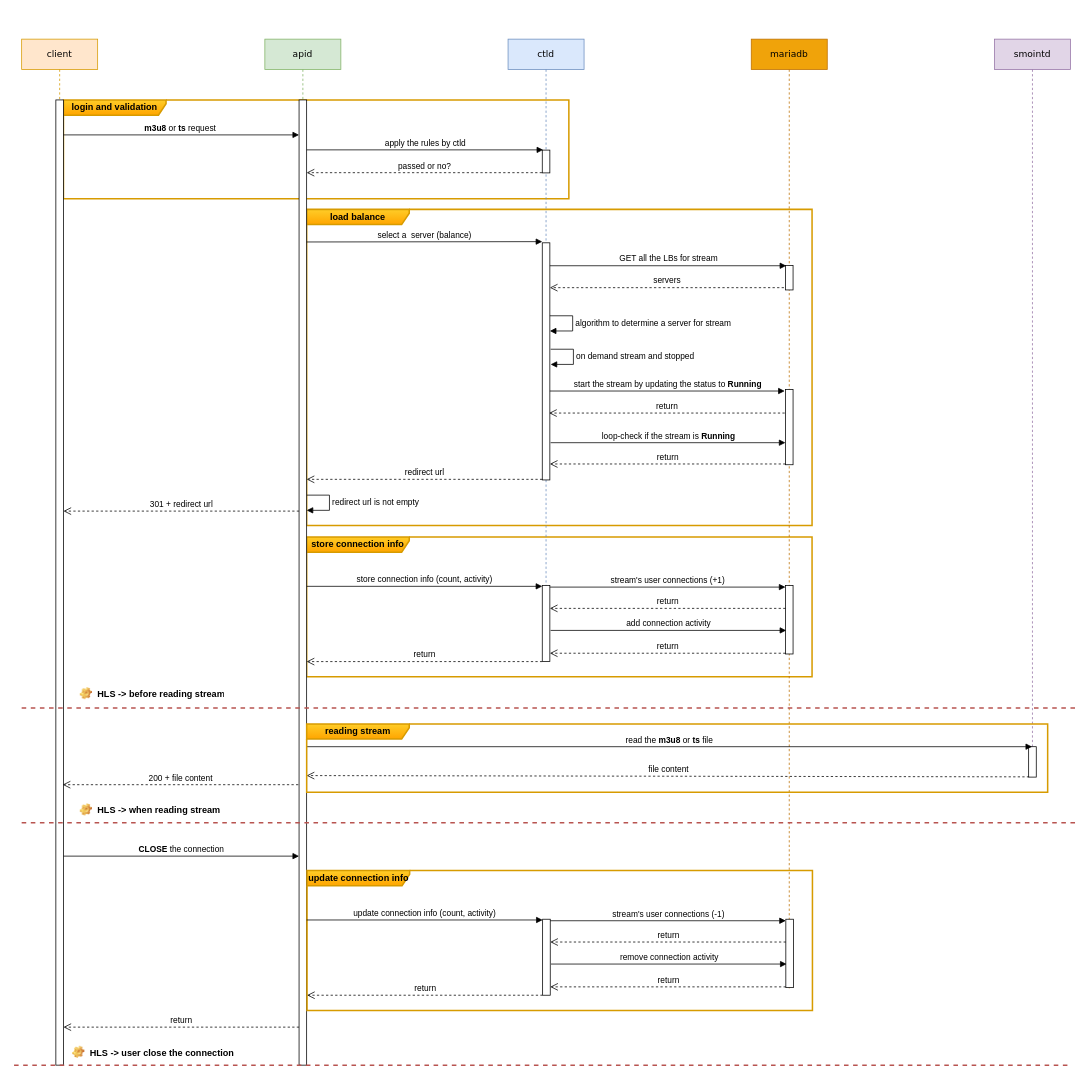
This is page "apid-hls" (1 of 3) of media-core/apid.drawio from explorer2036/charts, a draw.io file, before an edit. Source tidied: cells renumbered, new cells numbered last; positions are measured from the earlier drawing's top-left corner, leaving out a move shared by most shapes. Both pictures are drawn from the tidied source at 76%, with x=0, y=0 at pixel (14, 39).
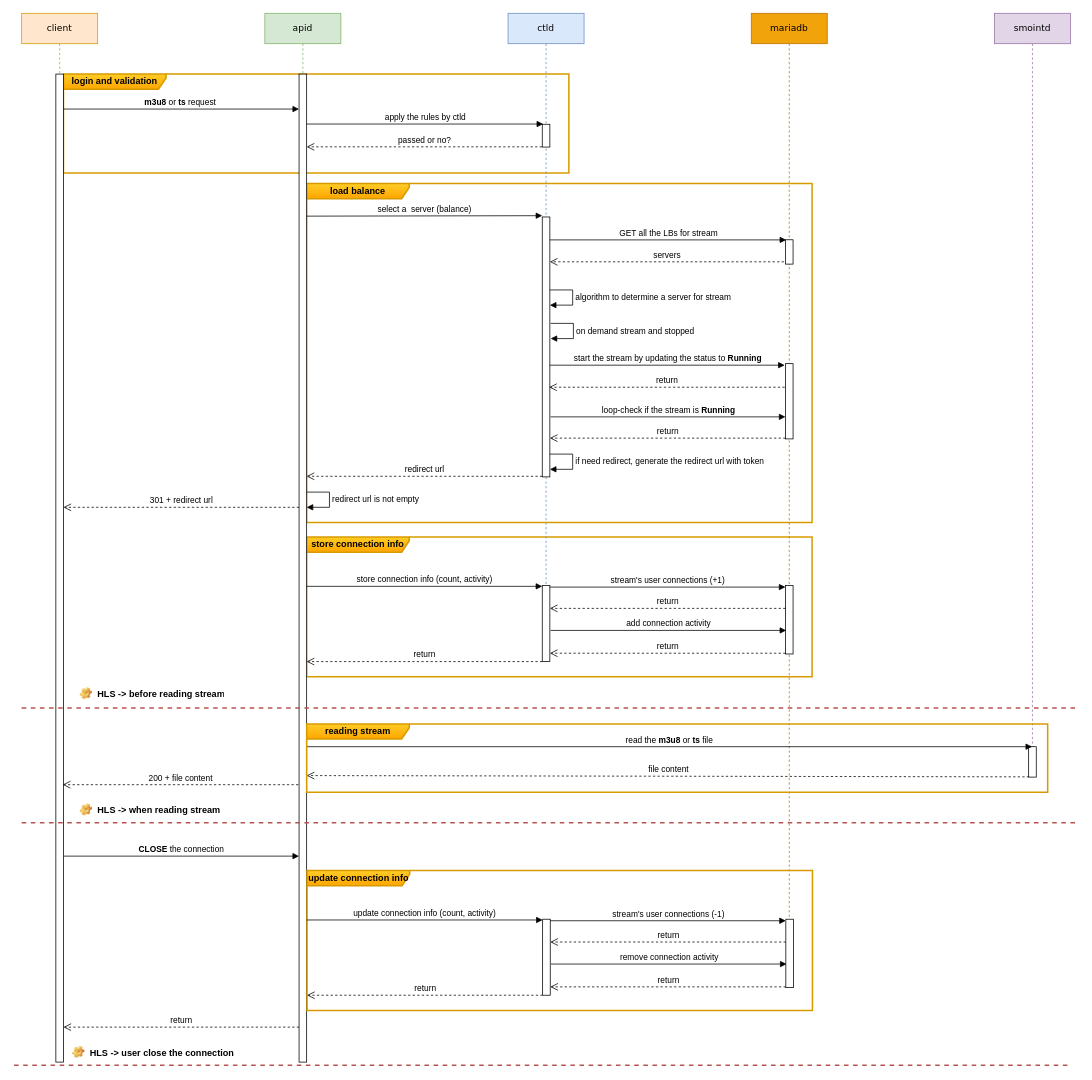
The same page after the edit.

Unchanged cells that the change refers to:
```xml
<mxCell id="11" style="html=1;points=[];perimeter=orthogonalPerimeter;rounded=0;shadow=0;glass=0;sketch=0;strokeColor=default;" parent="10" vertex="1">
  <mxGeometry x="45" y="146" width="10" height="30" as="geometry" />
</mxCell>
<mxCell id="20" style="html=1;points=[];perimeter=orthogonalPerimeter;rounded=0;shadow=0;glass=0;sketch=0;strokeColor=default;" parent="17" vertex="1">
  <mxGeometry x="45" y="461" width="10" height="99" as="geometry" />
</mxCell>
```

The edit, as a diff of the source:
```diff
@@
     <mxCell id="2" value="load balance" style="shape=umlFrame;whiteSpace=wrap;html=1;width=135;height=20;strokeWidth=2;fillColor=#ffcd28;strokeColor=#d79b00;perimeterSpacing=1;gradientColor=#ffa500;fontStyle=1;" parent="1" vertex="1">
-      <mxGeometry x="385" y="224" width="665" height="416" as="geometry" />
+      <mxGeometry x="385" y="190" width="665" height="446" as="geometry" />
     </mxCell>
@@
     <mxCell id="5" value="login and validation" style="shape=umlFrame;whiteSpace=wrap;html=1;width=135;height=20;strokeWidth=2;fillColor=#ffcd28;strokeColor=#d79b00;perimeterSpacing=1;gradientColor=#ffa500;fontStyle=1;" parent="1" vertex="1">
-      <mxGeometry x="65" y="80" width="665" height="130" as="geometry" />
+      <mxGeometry x="65" y="46" width="665" height="130" as="geometry" />
     </mxCell>
     <mxCell id="6" value="apid" style="shape=umlLifeline;perimeter=lifelinePerimeter;whiteSpace=wrap;html=1;rounded=0;shadow=0;comic=0;labelBackgroundColor=none;strokeWidth=1;fontFamily=Verdana;fontSize=12;align=center;fillColor=#d5e8d4;strokeColor=#82b366;" parent="1" vertex="1">
-      <mxGeometry x="330" width="100" height="1350" as="geometry" />
+      <mxGeometry x="330" y="-34" width="100" height="1380" as="geometry" />
     </mxCell>
     <mxCell id="7" value="redirect url is not empty" style="edgeStyle=orthogonalEdgeStyle;html=1;align=left;spacingLeft=2;endArrow=block;rounded=0;" parent="6" edge="1">
       <mxGeometry relative="1" as="geometry">
-        <mxPoint x="55" y="600" as="sourcePoint" />
-        <mxPoint x="55" y="620" as="targetPoint" />
+        <mxPoint x="55" y="630" as="sourcePoint" />
+        <mxPoint x="55" y="650" as="targetPoint" />
         <Array as="points">
-          <mxPoint x="85" y="600" />
-          <mxPoint x="85" y="620" />
+          <mxPoint x="85" y="630" />
+          <mxPoint x="85" y="650" />
         </Array>
       </mxGeometry>
     </mxCell>
     <mxCell id="8" style="html=1;perimeter=orthogonalPerimeter;rounded=0;shadow=0;glass=0;sketch=0;" parent="6" vertex="1">
-      <mxGeometry x="45" y="80" width="10" height="1270" as="geometry" />
+      <mxGeometry x="45" y="80" width="10" height="1300" as="geometry" />
     </mxCell>
     <mxCell id="9" value="return" style="html=1;verticalAlign=bottom;endArrow=open;dashed=1;endSize=8;rounded=0;" parent="6" edge="1">
       <mxGeometry relative="1" as="geometry">
-        <mxPoint x="365" y="819" as="sourcePoint" />
-        <mxPoint x="55" y="819" as="targetPoint" />
+        <mxPoint x="365" y="853" as="sourcePoint" />
+        <mxPoint x="55" y="853" as="targetPoint" />
       </mxGeometry>
     </mxCell>
     <mxCell id="10" value="ctld" style="shape=umlLifeline;perimeter=lifelinePerimeter;whiteSpace=wrap;html=1;rounded=0;shadow=0;comic=0;labelBackgroundColor=none;strokeWidth=1;fontFamily=Verdana;fontSize=12;align=center;fillColor=#dae8fc;strokeColor=#6c8ebf;" parent="1" vertex="1">
-      <mxGeometry x="650" width="100" height="820" as="geometry" />
+      <mxGeometry x="650" y="-34" width="100" height="820" as="geometry" />
     </mxCell>
@@
     <mxCell id="12" style="html=1;points=[];perimeter=orthogonalPerimeter;rounded=0;shadow=0;glass=0;sketch=0;strokeColor=default;" parent="10" vertex="1">
-      <mxGeometry x="45" y="268" width="10" height="312" as="geometry" />
+      <mxGeometry x="45" y="268" width="10" height="342" as="geometry" />
     </mxCell>
     <mxCell id="13" style="html=1;perimeter=orthogonalPerimeter;rounded=0;shadow=0;glass=0;sketch=0;strokeColor=default;" parent="10" vertex="1">
-      <mxGeometry x="45" y="719" width="10" height="100" as="geometry" />
+      <mxGeometry x="45" y="753" width="10" height="100" as="geometry" />
     </mxCell>
@@
+    <mxCell id="61" value="if need redirect, generate the redirect url with token" style="edgeStyle=orthogonalEdgeStyle;html=1;align=left;spacingLeft=2;endArrow=block;rounded=0;" parent="10" edge="1">
+      <mxGeometry relative="1" as="geometry">
+        <mxPoint x="55" y="580" as="sourcePoint" />
+        <mxPoint x="55" y="600" as="targetPoint" />
+        <Array as="points">
+          <mxPoint x="85" y="580" />
+          <mxPoint x="85" y="600" />
+        </Array>
+      </mxGeometry>
+    </mxCell>
     <mxCell id="15" value="client" style="shape=umlLifeline;perimeter=lifelinePerimeter;whiteSpace=wrap;html=1;rounded=0;shadow=0;comic=0;labelBackgroundColor=none;strokeWidth=1;fontFamily=Verdana;fontSize=12;align=center;fillColor=#ffe6cc;strokeColor=#d79b00;" parent="1" vertex="1">
-      <mxGeometry x="10" width="100" height="1350" as="geometry" />
+      <mxGeometry x="10" y="-34" width="100" height="1380" as="geometry" />
     </mxCell>
     <mxCell id="16" style="html=1;points=[];perimeter=orthogonalPerimeter;rounded=0;shadow=0;glass=0;sketch=0;strokeColor=default;" parent="15" vertex="1">
-      <mxGeometry x="45" y="80" width="10" height="1270" as="geometry" />
+      <mxGeometry x="45" y="80" width="10" height="1300" as="geometry" />
     </mxCell>
     <mxCell id="17" value="mariadb" style="shape=umlLifeline;perimeter=lifelinePerimeter;whiteSpace=wrap;html=1;rounded=0;shadow=0;comic=0;labelBackgroundColor=none;strokeWidth=1;fontFamily=Verdana;fontSize=12;align=center;fillColor=#f0a30a;strokeColor=#BD7000;glass=0;fontColor=#000000;" parent="1" vertex="1">
-      <mxGeometry x="970" width="100" height="1250" as="geometry" />
+      <mxGeometry x="970" y="-34" width="100" height="1280" as="geometry" />
     </mxCell>
@@
     <mxCell id="19" style="html=1;perimeter=orthogonalPerimeter;rounded=0;shadow=0;glass=0;sketch=0;strokeColor=default;" parent="17" vertex="1">
-      <mxGeometry x="45" y="719" width="10" height="90" as="geometry" />
+      <mxGeometry x="45" y="753" width="10" height="90" as="geometry" />
     </mxCell>
@@
     <mxCell id="21" value="&lt;b&gt;m3u8 &lt;/b&gt;or&lt;b&gt; ts&amp;nbsp;&lt;/b&gt;request&amp;nbsp;" style="html=1;verticalAlign=bottom;endArrow=block;entryX=0;entryY=0;rounded=0;" parent="1" edge="1" source="16">
       <mxGeometry relative="1" as="geometry">
-        <mxPoint x="375" y="126" as="targetPoint" />
+        <mxPoint x="375" y="92" as="targetPoint" />
       </mxGeometry>
     </mxCell>
     <mxCell id="22" value="301 + redirect url" style="html=1;verticalAlign=bottom;endArrow=open;dashed=1;endSize=8;rounded=0;" parent="1" edge="1">
       <mxGeometry relative="1" as="geometry">
-        <mxPoint x="375" y="621" as="sourcePoint" />
-        <mxPoint x="65" y="621" as="targetPoint" />
+        <mxPoint x="375" y="616" as="sourcePoint" />
+        <mxPoint x="65" y="616" as="targetPoint" />
       </mxGeometry>
     </mxCell>
     <mxCell id="23" value="apply the rules by ctld" style="html=1;verticalAlign=bottom;endArrow=block;rounded=0;entryX=0.12;entryY=-0.01;entryDx=0;entryDy=0;entryPerimeter=0;" parent="1" edge="1" target="11">
       <mxGeometry relative="1" as="geometry">
-        <mxPoint x="385" y="145.7" as="sourcePoint" />
+        <mxPoint x="385" y="111.7" as="sourcePoint" />
       </mxGeometry>
     </mxCell>
     <mxCell id="24" value="passed or no?" style="html=1;verticalAlign=bottom;endArrow=open;dashed=1;endSize=8;rounded=0;exitX=-0.04;exitY=0.99;exitDx=0;exitDy=0;exitPerimeter=0;" parent="1" edge="1" source="11">
       <mxGeometry relative="1" as="geometry">
-        <mxPoint x="385" y="175.7" as="targetPoint" />
+        <mxPoint x="385" y="141.7" as="targetPoint" />
       </mxGeometry>
     </mxCell>
     <mxCell id="25" value="select a&amp;nbsp; server (balance)" style="html=1;verticalAlign=bottom;endArrow=block;rounded=0;entryX=0;entryY=-0.005;entryDx=0;entryDy=0;entryPerimeter=0;" parent="1" edge="1" target="12">
       <mxGeometry relative="1" as="geometry">
-        <mxPoint x="385" y="266.9" as="sourcePoint" />
+        <mxPoint x="385" y="232.9" as="sourcePoint" />
       </mxGeometry>
     </mxCell>
     <mxCell id="26" value="redirect url" style="html=1;verticalAlign=bottom;endArrow=open;dashed=1;endSize=8;rounded=0;" parent="1" edge="1">
       <mxGeometry relative="1" as="geometry">
-        <mxPoint x="695" y="579.2" as="sourcePoint" />
-        <mxPoint x="385" y="579.2" as="targetPoint" />
+        <mxPoint x="695" y="575.2" as="sourcePoint" />
+        <mxPoint x="385" y="575.2" as="targetPoint" />
       </mxGeometry>
     </mxCell>
@@
     <mxCell id="29" value="servers" style="html=1;verticalAlign=bottom;endArrow=open;dashed=1;endSize=8;rounded=0;exitX=-0.2;exitY=0.121;exitDx=0;exitDy=0;exitPerimeter=0;" parent="1" edge="1">
       <mxGeometry relative="1" as="geometry">
-        <mxPoint x="1013" y="327" as="sourcePoint" />
-        <mxPoint x="705" y="327" as="targetPoint" />
+        <mxPoint x="1013" y="293" as="sourcePoint" />
+        <mxPoint x="705" y="293" as="targetPoint" />
       </mxGeometry>
     </mxCell>
@@
     <mxCell id="34" value="on demand stream and stopped" style="edgeStyle=orthogonalEdgeStyle;html=1;align=left;spacingLeft=2;endArrow=block;rounded=0;" parent="1" edge="1">
       <mxGeometry relative="1" as="geometry">
-        <mxPoint x="706" y="408" as="sourcePoint" />
-        <mxPoint x="706" y="428" as="targetPoint" />
+        <mxPoint x="706" y="374" as="sourcePoint" />
+        <mxPoint x="706" y="394" as="targetPoint" />
         <Array as="points">
-          <mxPoint x="736" y="408" />
-          <mxPoint x="736" y="428" />
+          <mxPoint x="736" y="374" />
+          <mxPoint x="736" y="394" />
         </Array>
       </mxGeometry>
     </mxCell>
     <mxCell id="35" value="return" style="html=1;verticalAlign=bottom;endArrow=open;dashed=1;endSize=8;rounded=0;" parent="1" edge="1">
       <mxGeometry relative="1" as="geometry">
-        <mxPoint x="1014" y="492" as="sourcePoint" />
-        <mxPoint x="704" y="492" as="targetPoint" />
+        <mxPoint x="1014" y="458" as="sourcePoint" />
+        <mxPoint x="704" y="458" as="targetPoint" />
       </mxGeometry>
     </mxCell>
     <mxCell id="36" value="loop-check if the stream is &lt;b&gt;Running&lt;/b&gt;" style="html=1;verticalAlign=bottom;endArrow=block;rounded=0;" parent="1" edge="1" target="20">
       <mxGeometry relative="1" as="geometry">
-        <mxPoint x="706" y="531" as="sourcePoint" />
+        <mxPoint x="706" y="497" as="sourcePoint" />
       </mxGeometry>
     </mxCell>
     <mxCell id="37" value="start the stream by updating the status to &lt;b&gt;Running&lt;/b&gt;" style="html=1;verticalAlign=bottom;endArrow=block;rounded=0;entryX=0;entryY=0.515;entryDx=0;entryDy=0;entryPerimeter=0;" parent="1" edge="1">
       <mxGeometry relative="1" as="geometry">
-        <mxPoint x="705" y="463" as="sourcePoint" />
-        <mxPoint x="1014" y="463" as="targetPoint" />
+        <mxPoint x="705" y="429" as="sourcePoint" />
+        <mxPoint x="1014" y="429" as="targetPoint" />
       </mxGeometry>
     </mxCell>
     <mxCell id="38" value="return" style="html=1;verticalAlign=bottom;endArrow=open;dashed=1;endSize=8;rounded=0;" parent="1" edge="1">
       <mxGeometry relative="1" as="geometry">
-        <mxPoint x="1015" y="559" as="sourcePoint" />
-        <mxPoint x="705" y="559" as="targetPoint" />
+        <mxPoint x="1015" y="525" as="sourcePoint" />
+        <mxPoint x="705" y="525" as="targetPoint" />
       </mxGeometry>
     </mxCell>
@@
     <mxCell id="40" value="smointd" style="shape=umlLifeline;perimeter=lifelinePerimeter;whiteSpace=wrap;html=1;rounded=0;shadow=0;comic=0;labelBackgroundColor=none;strokeWidth=1;fontFamily=Verdana;fontSize=12;align=center;fillColor=#e1d5e7;strokeColor=#9673a6;glass=0;" parent="1" vertex="1">
-      <mxGeometry x="1290" width="100" height="970" as="geometry" />
+      <mxGeometry x="1290" y="-34" width="100" height="970" as="geometry" />
     </mxCell>
     <mxCell id="41" style="html=1;points=[];perimeter=orthogonalPerimeter;rounded=0;shadow=0;glass=0;sketch=0;strokeColor=default;" parent="40" vertex="1">
-      <mxGeometry x="45" y="931" width="10" height="40" as="geometry" />
+      <mxGeometry x="45" y="965" width="10" height="40" as="geometry" />
     </mxCell>
```
